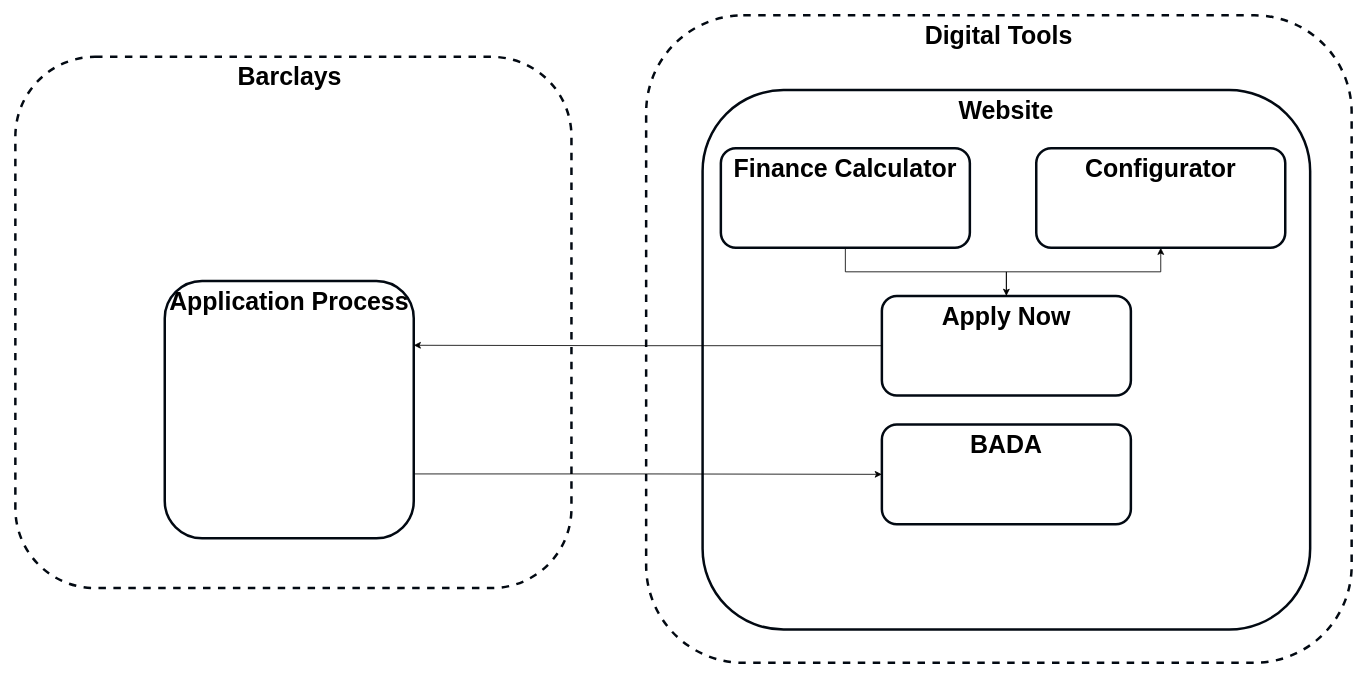
Before: page "Finance" (5 of 9) of Calendar.drawio in mrf742002/Diagrams, a draw.io diagram. Source tidied: cells renumbered, new cells numbered last; positions are measured from the earlier drawing's top-left corner, leaving out a move shared by most shapes. Both pictures are drawn from the tidied source at 83%, with x=0, y=0 at pixel (15, 15).
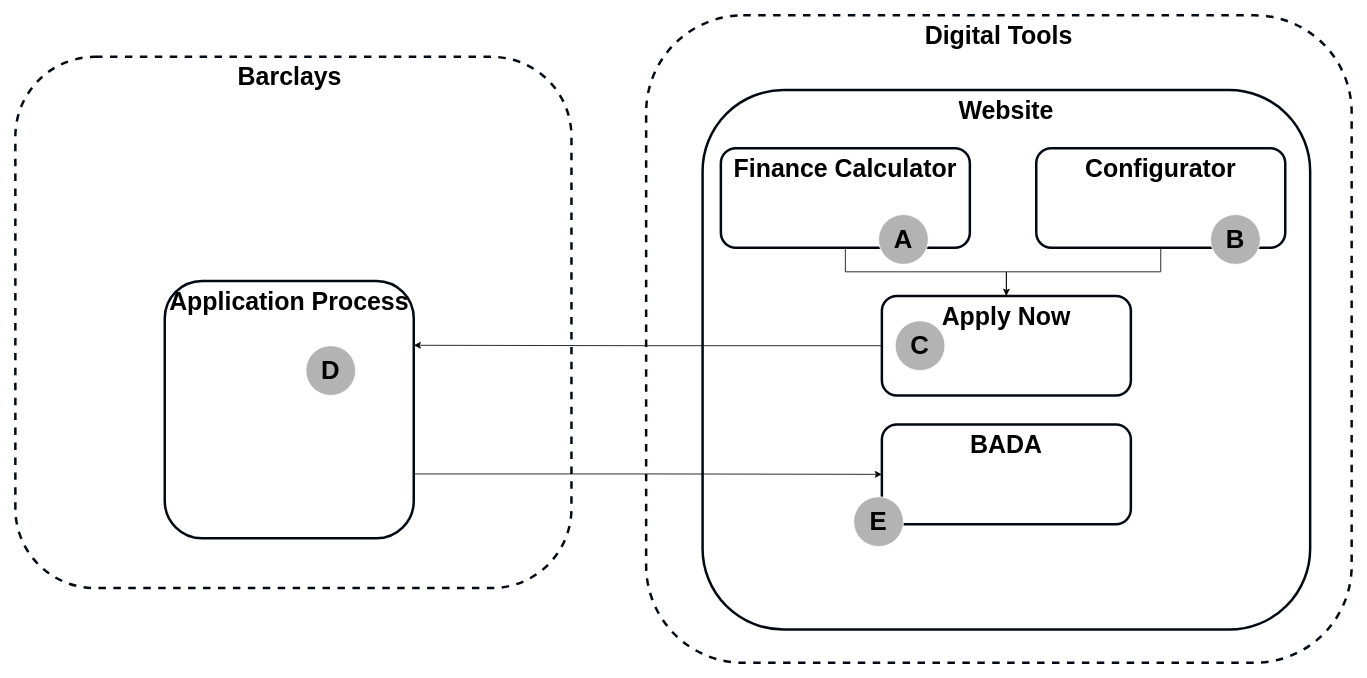
The same page after the edit.

The edit, as a diff of the source:
```diff
@@
 <mxGraphModel>
   <root>
     <mxCell id="0" />
     <mxCell id="1" parent="0" />
     <mxCell id="2" value="&lt;span style=&quot;font-size: 30px&quot;&gt;&lt;b&gt;Digital Tools&lt;/b&gt;&lt;/span&gt;" style="rounded=1;whiteSpace=wrap;html=1;verticalAlign=top;strokeWidth=3;strokeColor=#020912;dashed=1;" parent="1" vertex="1">
       <mxGeometry x="760" width="850" height="780" as="geometry" />
     </mxCell>
     <mxCell id="3" value="&lt;span style=&quot;font-size: 30px&quot;&gt;&lt;b&gt;Website&lt;/b&gt;&lt;/span&gt;" style="rounded=1;whiteSpace=wrap;html=1;verticalAlign=top;strokeWidth=3;strokeColor=#020912;" parent="1" vertex="1">
       <mxGeometry x="828" y="90" width="732" height="650" as="geometry" />
     </mxCell>
     <mxCell id="4" value="&lt;span style=&quot;font-size: 30px&quot;&gt;&lt;b&gt;Apply Now&lt;/b&gt;&lt;/span&gt;" style="rounded=1;whiteSpace=wrap;html=1;verticalAlign=top;strokeWidth=3;strokeColor=#020912;" parent="1" vertex="1">
       <mxGeometry x="1044" y="338" width="300" height="120" as="geometry" />
     </mxCell>
     <mxCell id="5" value="&lt;span style=&quot;font-size: 30px&quot;&gt;&lt;b&gt;Barclays&amp;nbsp;&lt;/b&gt;&lt;/span&gt;" style="rounded=1;whiteSpace=wrap;html=1;verticalAlign=top;strokeWidth=3;strokeColor=#020912;dashed=1;" parent="1" vertex="1">
       <mxGeometry y="50" width="670" height="640" as="geometry" />
     </mxCell>
     <mxCell id="6" style="edgeStyle=orthogonalEdgeStyle;rounded=0;jettySize=auto;html=1;exitX=1;exitY=0.75;exitDx=0;exitDy=0;startArrow=none;startFill=0;" parent="1" edge="1" source="7" target="8">
       <mxGeometry relative="1" as="geometry" />
     </mxCell>
     <mxCell id="7" value="&lt;span style=&quot;font-size: 30px&quot;&gt;&lt;b&gt;Application Process&lt;/b&gt;&lt;/span&gt;" style="rounded=1;whiteSpace=wrap;html=1;verticalAlign=top;strokeWidth=3;strokeColor=#020912;" parent="1" vertex="1">
       <mxGeometry x="180" y="320" width="300" height="310" as="geometry" />
     </mxCell>
     <mxCell id="8" value="&lt;span style=&quot;font-size: 30px&quot;&gt;&lt;b&gt;BADA&lt;/b&gt;&lt;/span&gt;" style="rounded=1;whiteSpace=wrap;html=1;verticalAlign=top;strokeWidth=3;strokeColor=#020912;" parent="1" vertex="1">
       <mxGeometry x="1044" y="493" width="300" height="120" as="geometry" />
     </mxCell>
     <mxCell id="9" style="edgeStyle=orthogonalEdgeStyle;rounded=0;jettySize=auto;html=1;exitX=0.5;exitY=1;exitDx=0;exitDy=0;entryX=0.5;entryY=0;entryDx=0;entryDy=0;startArrow=none;startFill=0;" parent="1" edge="1" source="10" target="4">
       <mxGeometry relative="1" as="geometry" />
     </mxCell>
     <mxCell id="10" value="&lt;span style=&quot;font-size: 30px&quot;&gt;&lt;b&gt;Finance Calculator&lt;/b&gt;&lt;/span&gt;" style="rounded=1;whiteSpace=wrap;html=1;verticalAlign=top;strokeWidth=3;strokeColor=#020912;" parent="1" vertex="1">
       <mxGeometry x="850" y="160" width="300" height="120" as="geometry" />
     </mxCell>
     <mxCell id="11" style="edgeStyle=orthogonalEdgeStyle;rounded=0;jettySize=auto;html=1;exitX=0;exitY=0.5;exitDx=0;exitDy=0;entryX=1;entryY=0.25;entryDx=0;entryDy=0;startArrow=none;startFill=0;" parent="1" edge="1" source="4" target="7">
       <mxGeometry relative="1" as="geometry" />
     </mxCell>
-    <mxCell id="12" style="edgeStyle=orthogonalEdgeStyle;rounded=0;jettySize=auto;html=1;exitX=0.5;exitY=1;exitDx=0;exitDy=0;entryX=0.5;entryY=0;entryDx=0;entryDy=0;startArrow=classic;startFill=1;endArrow=none;endFill=0;" parent="1" edge="1" source="13" target="4">
+    <mxCell id="12" style="edgeStyle=orthogonalEdgeStyle;rounded=0;jettySize=auto;html=1;exitX=0.5;exitY=1;exitDx=0;exitDy=0;entryX=0.5;entryY=0;entryDx=0;entryDy=0;startArrow=none;startFill=0;endArrow=none;endFill=0;" parent="1" edge="1" source="13" target="4">
       <mxGeometry relative="1" as="geometry" />
     </mxCell>
     <mxCell id="13" value="&lt;span style=&quot;font-size: 30px&quot;&gt;&lt;b&gt;Configurator&lt;/b&gt;&lt;/span&gt;" style="rounded=1;whiteSpace=wrap;html=1;verticalAlign=top;strokeWidth=3;strokeColor=#020912;" parent="1" vertex="1">
       <mxGeometry x="1230" y="160" width="300" height="120" as="geometry" />
     </mxCell>
+    <mxCell id="14" value="&lt;b style=&quot;font-size: 31px;&quot;&gt;&lt;font style=&quot;font-size: 31px;&quot;&gt;A&lt;/font&gt;&lt;/b&gt;" style="ellipse;whiteSpace=wrap;html=1;strokeColor=#FFFFFF;fillColor=#B3B3B3;fontSize=31;" parent="1" vertex="1">
+      <mxGeometry x="1040" y="240" width="60" height="60" as="geometry" />
+    </mxCell>
+    <mxCell id="15" value="&lt;b style=&quot;font-size: 31px&quot;&gt;&lt;font style=&quot;font-size: 31px&quot;&gt;B&lt;/font&gt;&lt;/b&gt;" style="ellipse;whiteSpace=wrap;html=1;strokeColor=#FFFFFF;fillColor=#B3B3B3;fontSize=31;" parent="1" vertex="1">
+      <mxGeometry x="1440" y="240" width="60" height="60" as="geometry" />
+    </mxCell>
+    <mxCell id="16" value="&lt;b style=&quot;font-size: 31px&quot;&gt;&lt;font style=&quot;font-size: 31px&quot;&gt;C&lt;/font&gt;&lt;/b&gt;" style="ellipse;whiteSpace=wrap;html=1;strokeColor=#FFFFFF;fillColor=#B3B3B3;fontSize=31;" parent="1" vertex="1">
+      <mxGeometry x="1060" y="368" width="60" height="60" as="geometry" />
+    </mxCell>
+    <mxCell id="17" value="&lt;b style=&quot;font-size: 31px&quot;&gt;&lt;font style=&quot;font-size: 31px&quot;&gt;D&lt;/font&gt;&lt;/b&gt;" style="ellipse;whiteSpace=wrap;html=1;strokeColor=#FFFFFF;fillColor=#B3B3B3;fontSize=31;" parent="1" vertex="1">
+      <mxGeometry x="350" y="398" width="60" height="60" as="geometry" />
+    </mxCell>
+    <mxCell id="18" value="&lt;b style=&quot;font-size: 31px&quot;&gt;&lt;font style=&quot;font-size: 31px&quot;&gt;E&lt;/font&gt;&lt;/b&gt;" style="ellipse;whiteSpace=wrap;html=1;strokeColor=#FFFFFF;fillColor=#B3B3B3;fontSize=31;" parent="1" vertex="1">
+      <mxGeometry x="1010" y="580" width="60" height="60" as="geometry" />
+    </mxCell>
   </root>
 </mxGraphModel>
```
